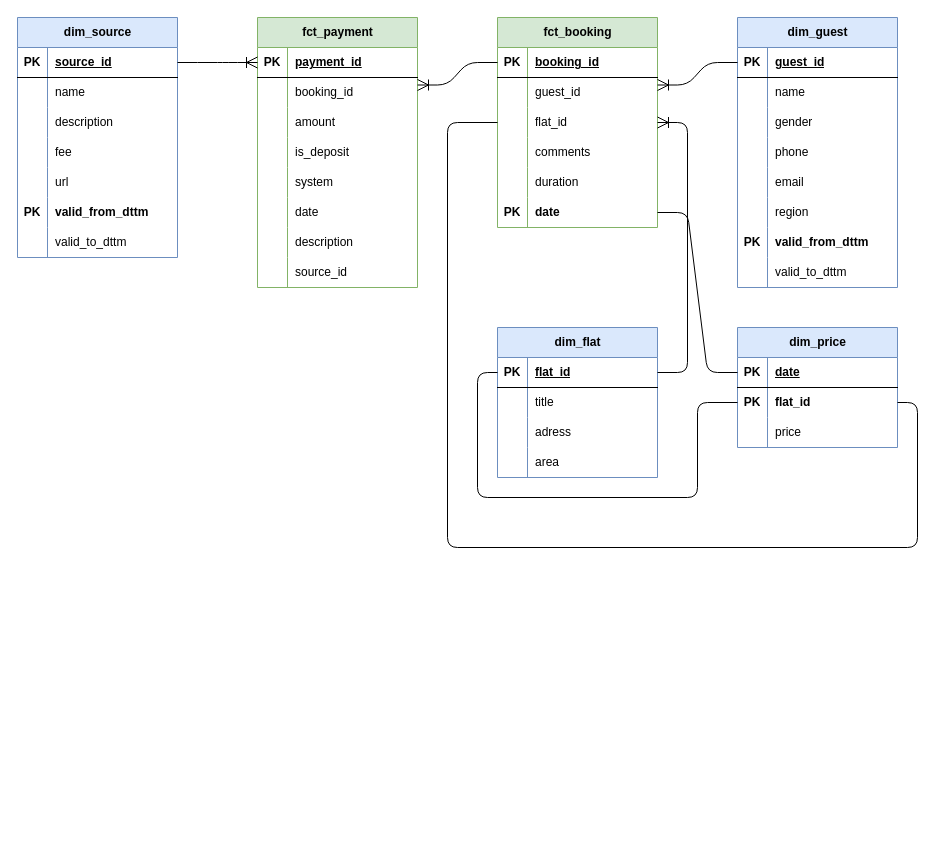
sanekalas/karpov_de keeps this draw.io diagram as page "dimension_modelling" (1 of 3) of dwh_flates.drawio. Above is the earlier version. Source tidied: cells renumbered, new cells numbered last; positions are measured from the earlier drawing's top-left corner, leaving out a move shared by most shapes. Both pictures are drawn from the tidied source at 100%, with x=0, y=0 at pixel (17, 17).
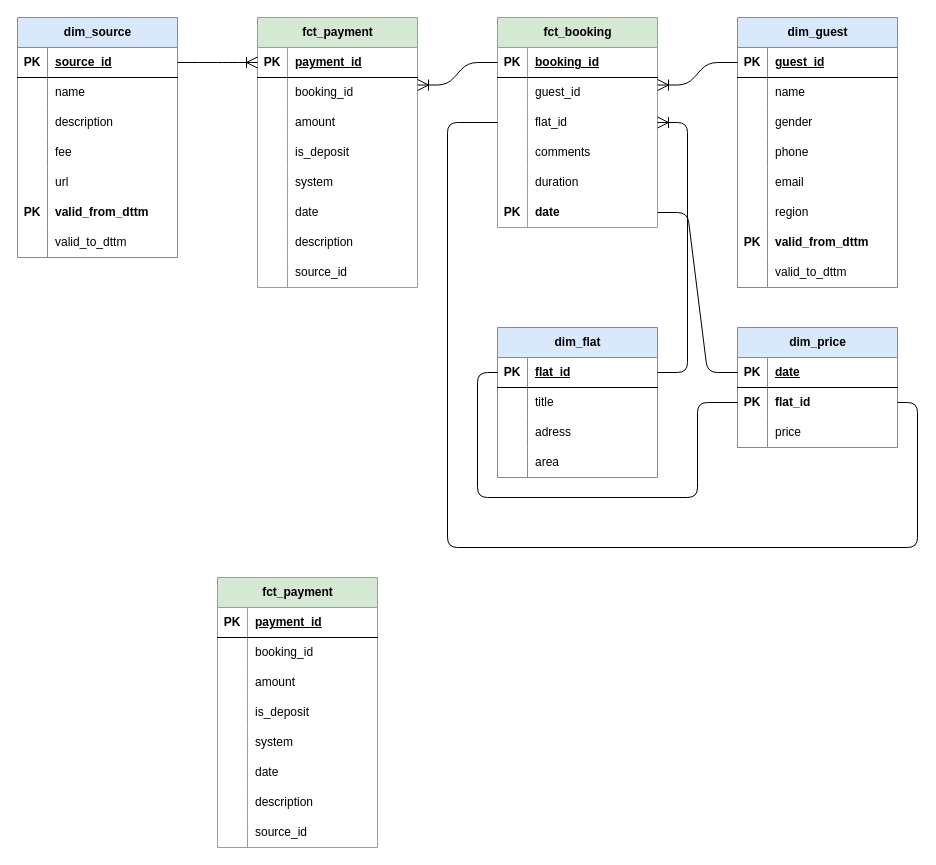
The same diagram, later.

Diff of the diagram source:
```diff
@@
+    <mxCell id="124" value="fct_payment" style="shape=table;startSize=30;childLayout=tableLayout;rowLines=0;fontStyle=1;align=center;html=1;fillColor=#d5e8d4;strokeColor=#82b366;" parent="1" vertex="1">
+      <mxGeometry x="200" y="560" width="160" height="270" as="geometry" />
+    </mxCell>
+    <mxCell id="125" style="shape=tableRow;horizontal=0;startSize=0;swimlaneHead=0;swimlaneBody=0;fillColor=none;top=0;left=0;right=0;bottom=1;" parent="124" vertex="1">
+      <mxGeometry y="30" width="160" height="30" as="geometry" />
+    </mxCell>
+    <mxCell id="126" value="PK" style="shape=partialRectangle;fillColor=none;top=0;left=0;bottom=0;right=0;fontStyle=1;overflow=hidden;whiteSpace=wrap;html=1;" parent="125" vertex="1">
+      <mxGeometry width="30" height="30" as="geometry" />
+    </mxCell>
+    <mxCell id="127" value="payment_id" style="shape=partialRectangle;fillColor=none;top=0;left=0;bottom=0;right=0;align=left;spacingLeft=6;fontStyle=5;overflow=hidden;whiteSpace=wrap;html=1;" parent="125" vertex="1">
+      <mxGeometry x="30" width="130" height="30" as="geometry" />
+    </mxCell>
+    <mxCell id="128" style="shape=tableRow;horizontal=0;startSize=0;swimlaneHead=0;swimlaneBody=0;fillColor=none;top=0;left=0;right=0;bottom=0;" parent="124" vertex="1">
+      <mxGeometry y="60" width="160" height="30" as="geometry" />
+    </mxCell>
+    <mxCell id="129" style="shape=partialRectangle;fillColor=none;top=0;left=0;bottom=0;right=0;overflow=hidden;whiteSpace=wrap;html=1;" parent="128" vertex="1">
+      <mxGeometry width="30" height="30" as="geometry" />
+    </mxCell>
+    <mxCell id="130" value="booking_id" style="shape=partialRectangle;fillColor=none;top=0;left=0;bottom=0;right=0;align=left;spacingLeft=6;overflow=hidden;whiteSpace=wrap;html=1;" parent="128" vertex="1">
+      <mxGeometry x="30" width="130" height="30" as="geometry" />
+    </mxCell>
+    <mxCell id="131" style="shape=tableRow;horizontal=0;startSize=0;swimlaneHead=0;swimlaneBody=0;fillColor=none;top=0;left=0;right=0;bottom=0;" parent="124" vertex="1">
+      <mxGeometry y="90" width="160" height="30" as="geometry" />
+    </mxCell>
+    <mxCell id="132" style="shape=partialRectangle;fillColor=none;top=0;left=0;bottom=0;right=0;overflow=hidden;whiteSpace=wrap;html=1;" parent="131" vertex="1">
+      <mxGeometry width="30" height="30" as="geometry" />
+    </mxCell>
+    <mxCell id="133" value="amount" style="shape=partialRectangle;fillColor=none;top=0;left=0;bottom=0;right=0;align=left;spacingLeft=6;overflow=hidden;whiteSpace=wrap;html=1;" parent="131" vertex="1">
+      <mxGeometry x="30" width="130" height="30" as="geometry" />
+    </mxCell>
+    <mxCell id="134" style="shape=tableRow;horizontal=0;startSize=0;swimlaneHead=0;swimlaneBody=0;fillColor=none;top=0;left=0;right=0;bottom=0;" parent="124" vertex="1">
+      <mxGeometry y="120" width="160" height="30" as="geometry" />
+    </mxCell>
+    <mxCell id="135" style="shape=partialRectangle;fillColor=none;top=0;left=0;bottom=0;right=0;overflow=hidden;whiteSpace=wrap;html=1;" parent="134" vertex="1">
+      <mxGeometry width="30" height="30" as="geometry" />
+    </mxCell>
+    <mxCell id="136" value="is_deposit" style="shape=partialRectangle;fillColor=none;top=0;left=0;bottom=0;right=0;align=left;spacingLeft=6;overflow=hidden;whiteSpace=wrap;html=1;" parent="134" vertex="1">
+      <mxGeometry x="30" width="130" height="30" as="geometry" />
+    </mxCell>
+    <mxCell id="137" style="shape=tableRow;horizontal=0;startSize=0;swimlaneHead=0;swimlaneBody=0;fillColor=none;top=0;left=0;right=0;bottom=0;" parent="124" vertex="1">
+      <mxGeometry y="150" width="160" height="30" as="geometry" />
+    </mxCell>
+    <mxCell id="138" style="shape=partialRectangle;fillColor=none;top=0;left=0;bottom=0;right=0;overflow=hidden;whiteSpace=wrap;html=1;" parent="137" vertex="1">
+      <mxGeometry width="30" height="30" as="geometry" />
+    </mxCell>
+    <mxCell id="139" value="system" style="shape=partialRectangle;fillColor=none;top=0;left=0;bottom=0;right=0;align=left;spacingLeft=6;overflow=hidden;whiteSpace=wrap;html=1;" parent="137" vertex="1">
+      <mxGeometry x="30" width="130" height="30" as="geometry" />
+    </mxCell>
+    <mxCell id="140" style="shape=tableRow;horizontal=0;startSize=0;swimlaneHead=0;swimlaneBody=0;fillColor=none;top=0;left=0;right=0;bottom=0;" parent="124" vertex="1">
+      <mxGeometry y="180" width="160" height="30" as="geometry" />
+    </mxCell>
+    <mxCell id="141" style="shape=partialRectangle;fillColor=none;top=0;left=0;bottom=0;right=0;overflow=hidden;whiteSpace=wrap;html=1;" parent="140" vertex="1">
+      <mxGeometry width="30" height="30" as="geometry" />
+    </mxCell>
+    <mxCell id="142" value="date" style="shape=partialRectangle;fillColor=none;top=0;left=0;bottom=0;right=0;align=left;spacingLeft=6;overflow=hidden;whiteSpace=wrap;html=1;" parent="140" vertex="1">
+      <mxGeometry x="30" width="130" height="30" as="geometry" />
+    </mxCell>
+    <mxCell id="143" style="shape=tableRow;horizontal=0;startSize=0;swimlaneHead=0;swimlaneBody=0;fillColor=none;top=0;left=0;right=0;bottom=0;" parent="124" vertex="1">
+      <mxGeometry y="210" width="160" height="30" as="geometry" />
+    </mxCell>
+    <mxCell id="144" style="shape=partialRectangle;fillColor=none;top=0;left=0;bottom=0;right=0;overflow=hidden;whiteSpace=wrap;html=1;" parent="143" vertex="1">
+      <mxGeometry width="30" height="30" as="geometry" />
+    </mxCell>
+    <mxCell id="145" value="description" style="shape=partialRectangle;fillColor=none;top=0;left=0;bottom=0;right=0;align=left;spacingLeft=6;overflow=hidden;whiteSpace=wrap;html=1;" parent="143" vertex="1">
+      <mxGeometry x="30" width="130" height="30" as="geometry" />
+    </mxCell>
+    <mxCell id="146" style="shape=tableRow;horizontal=0;startSize=0;swimlaneHead=0;swimlaneBody=0;fillColor=none;top=0;left=0;right=0;bottom=0;" parent="124" vertex="1">
+      <mxGeometry y="240" width="160" height="30" as="geometry" />
+    </mxCell>
+    <mxCell id="147" style="shape=partialRectangle;fillColor=none;top=0;left=0;bottom=0;right=0;overflow=hidden;whiteSpace=wrap;html=1;" parent="146" vertex="1">
+      <mxGeometry width="30" height="30" as="geometry" />
+    </mxCell>
+    <mxCell id="148" value="source_id" style="shape=partialRectangle;fillColor=none;top=0;left=0;bottom=0;right=0;align=left;spacingLeft=6;overflow=hidden;whiteSpace=wrap;html=1;" parent="146" vertex="1">
+      <mxGeometry x="30" width="130" height="30" as="geometry" />
+    </mxCell>
```
